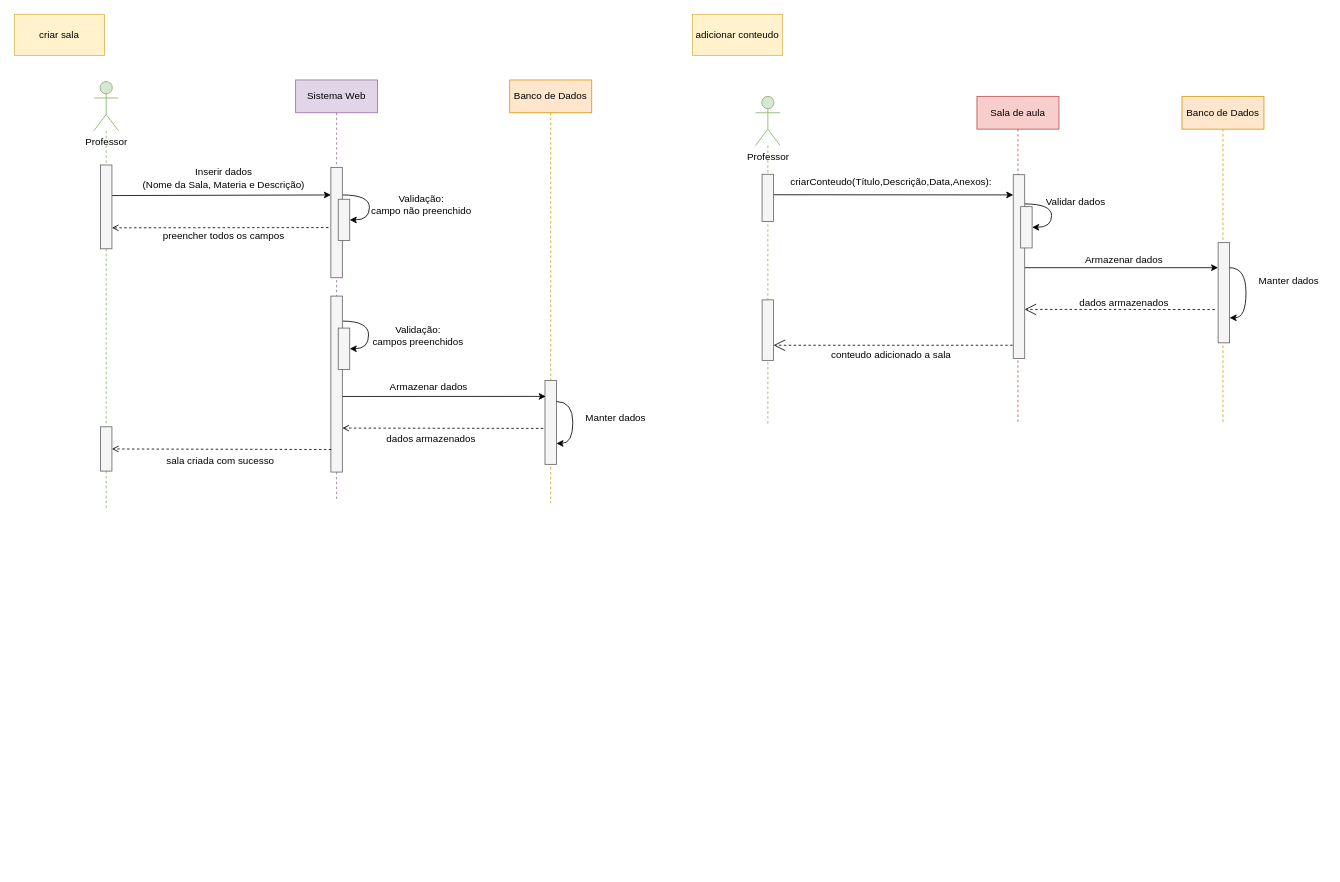
Alicia-Miranda/MasterClass keeps this draw.io diagram as doc/diagramas/sequencia/criarSala.drawio. Above is the earlier version. Source tidied: cells renumbered, new cells numbered last; positions are measured from the earlier drawing's top-left corner, leaving out a move shared by most shapes. Both pictures are drawn from the tidied source at 82%, with x=0, y=0 at pixel (14, 14).
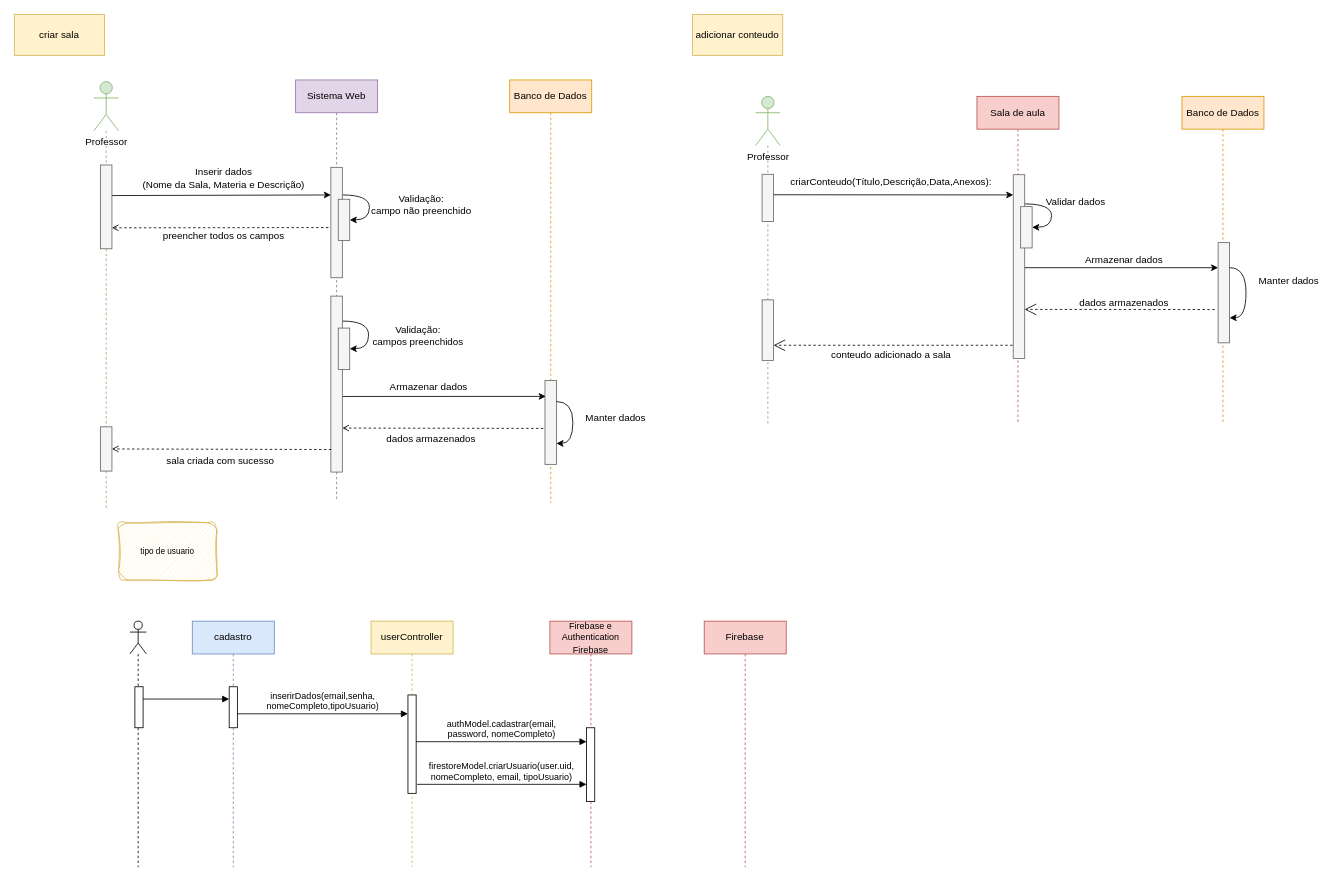
After the change.

The edit, as a diff of the source:
```diff
@@
+    <mxCell id="55" value="&lt;font style=&quot;font-size: 10px;&quot;&gt;tipo de usuario&lt;/font&gt;" style="rounded=1;whiteSpace=wrap;html=1;fillColor=#fff2cc;strokeColor=#d6b656;fillStyle=hatch;sketch=1;curveFitting=1;jiggle=2;" parent="1" vertex="1">
+      <mxGeometry x="127" y="620" width="120" height="70" as="geometry" />
+    </mxCell>
+    <mxCell id="56" value="Firebase" style="shape=umlLifeline;perimeter=lifelinePerimeter;whiteSpace=wrap;html=1;newEdgeStyle={&quot;curved&quot;:0,&quot;rounded&quot;:0};fillColor=#f8cecc;strokeColor=#b85450;" parent="1" vertex="1">
+      <mxGeometry x="841.3" y="740" width="100" height="300" as="geometry" />
+    </mxCell>
+    <mxCell id="57" value="userController" style="shape=umlLifeline;perimeter=lifelinePerimeter;whiteSpace=wrap;html=1;newEdgeStyle={&quot;curved&quot;:0,&quot;rounded&quot;:0};fillColor=#fff2cc;strokeColor=#d6b656;" parent="1" vertex="1">
+      <mxGeometry x="435" y="740" width="100" height="300" as="geometry" />
+    </mxCell>
+    <mxCell id="58" style="html=1;points=[[0,0,0,0,5],[0,1,0,0,-5],[1,0,0,0,5],[1,1,0,0,-5]];perimeter=orthogonalPerimeter;outlineConnect=0;targetShapes=umlLifeline;portConstraint=eastwest;newEdgeStyle={&quot;curved&quot;:0,&quot;rounded&quot;:0};" parent="57" vertex="1">
+      <mxGeometry x="45" y="90" width="10" height="120" as="geometry" />
+    </mxCell>
+    <mxCell id="59" value="cadastro" style="shape=umlLifeline;perimeter=lifelinePerimeter;whiteSpace=wrap;html=1;newEdgeStyle={&quot;curved&quot;:0,&quot;rounded&quot;:0};fillColor=#dae8fc;strokeColor=#6c8ebf;" parent="1" vertex="1">
+      <mxGeometry x="217" y="740" width="100" height="300" as="geometry" />
+    </mxCell>
+    <mxCell id="60" style="html=1;perimeter=orthogonalPerimeter;targetShapes=umlLifeline;newEdgeStyle={&quot;curved&quot;:0,&quot;rounded&quot;:0};" parent="59" vertex="1">
+      <mxGeometry x="45" y="80" width="10" height="50" as="geometry" />
+    </mxCell>
+    <mxCell id="61" value="&lt;font style=&quot;font-size: 11px;&quot;&gt;Firebase e&lt;br&gt;Authentication Firebase&lt;/font&gt;" style="shape=umlLifeline;perimeter=lifelinePerimeter;whiteSpace=wrap;html=1;newEdgeStyle={&quot;curved&quot;:0,&quot;rounded&quot;:0};fillColor=#f8cecc;strokeColor=#b85450;" parent="1" vertex="1">
+      <mxGeometry x="653.1" y="740" width="100" height="300" as="geometry" />
+    </mxCell>
+    <mxCell id="62" style="html=1;points=[[0,0,0,0,5],[0,1,0,0,-5],[1,0,0,0,5],[1,1,0,0,-5]];perimeter=orthogonalPerimeter;outlineConnect=0;targetShapes=umlLifeline;portConstraint=eastwest;newEdgeStyle={&quot;curved&quot;:0,&quot;rounded&quot;:0};" parent="61" vertex="1">
+      <mxGeometry x="44.7" y="130" width="10" height="90" as="geometry" />
+    </mxCell>
+    <mxCell id="63" style="shape=umlLifeline;perimeter=lifelinePerimeter;whiteSpace=wrap;html=1;newEdgeStyle={&quot;curved&quot;:0,&quot;rounded&quot;:0};participant=umlActor;" parent="1" vertex="1">
+      <mxGeometry x="141" y="740" width="20" height="300" as="geometry" />
+    </mxCell>
+    <mxCell id="64" style="html=1;perimeter=orthogonalPerimeter;targetShapes=umlLifeline;newEdgeStyle={&quot;curved&quot;:0,&quot;rounded&quot;:0};" parent="63" vertex="1">
+      <mxGeometry x="6" y="80" width="10" height="50" as="geometry" />
+    </mxCell>
+    <mxCell id="65" value="inserirDados(email,senha,&lt;br&gt;nomeCompleto,tipoUsuario)" style="html=1;verticalAlign=bottom;endArrow=block;curved=0;rounded=0;" parent="1" edge="1" target="58">
+      <mxGeometry relative="1" as="geometry">
+        <mxPoint x="272" y="853" as="sourcePoint" />
+        <Array as="points">
+          <mxPoint x="365.7" y="853" />
+        </Array>
+      </mxGeometry>
+    </mxCell>
+    <mxCell id="66" style="html=1;verticalAlign=bottom;endArrow=block;curved=0;rounded=0;" parent="1" edge="1">
+      <mxGeometry relative="1" as="geometry">
+        <mxPoint x="157" y="835" as="sourcePoint" />
+        <mxPoint x="262" y="835" as="targetPoint" />
+      </mxGeometry>
+    </mxCell>
+    <mxCell id="67" value="authModel.cadastrar(email, &lt;br&gt;password, nomeCompleto)" style="html=1;verticalAlign=bottom;endArrow=block;curved=0;rounded=0;" parent="1" edge="1" target="62">
+      <mxGeometry relative="1" as="geometry">
+        <mxPoint x="490" y="887" as="sourcePoint" />
+      </mxGeometry>
+    </mxCell>
+    <mxCell id="68" value="firestoreModel.criarUsuario(user.uid, &lt;br&gt;nomeCompleto, email, tipoUsuario)" style="html=1;verticalAlign=bottom;endArrow=block;curved=0;rounded=0;" parent="1" edge="1" target="62">
+      <mxGeometry relative="1" as="geometry">
+        <mxPoint x="491.1" y="939" as="sourcePoint" />
+      </mxGeometry>
+    </mxCell>
```
